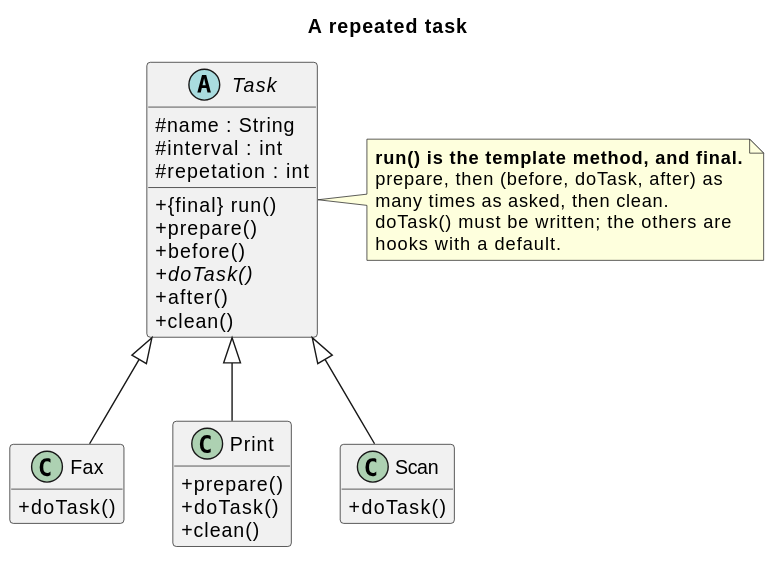
kaldiroglu/DesignPatternsWithJava keeps this PlantUML diagram as src/main/java/dev/kaldiroglu/dp/behavioral/templateMethod/task/uml/Template Method - Task - Class Diagram.svg. Above is the earlier version. The source it was exported from:
```plantuml
@startuml
skinparam classAttributeIconSize 0
hide empty members
title A repeated task

abstract class Task {
  # name : String
  # interval : int
  # repetation : int
  + {final} run()
  + prepare()
  + before()
  + {abstract} doTask()
  + after()
  + clean()
}
class Fax {
  + doTask()
}
class Print {
  + prepare()
  + doTask()
  + clean()
}
class Scan {
  + doTask()
}

Task <|-- Fax
Task <|-- Print
Task <|-- Scan

note right of Task
  <b>run() is the template method, and final.</b>
  prepare, then (before, doTask, after) as
  many times as asked, then clean.
  doTask() must be written; the others are
  hooks with a default.
end note
@enduml
```
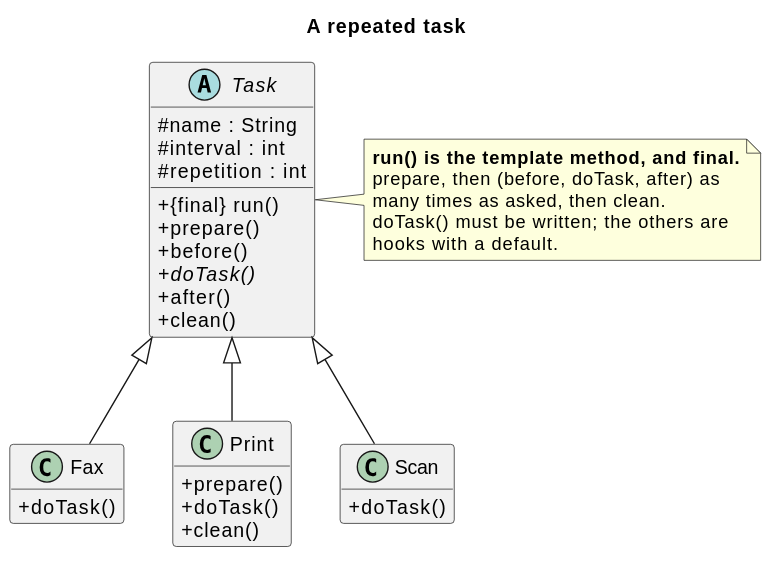
Above is the later version.

Commit message:
Template Method task: spell repetition, and wait only between repetitions

The edit, as a diff of the source:
```diff
@@ -6,7 +6,7 @@
 abstract class Task {
   # name : String
   # interval : int
-  # repetation : int
+  # repetition : int
   + {final} run()
   + prepare()
   + before()
```
